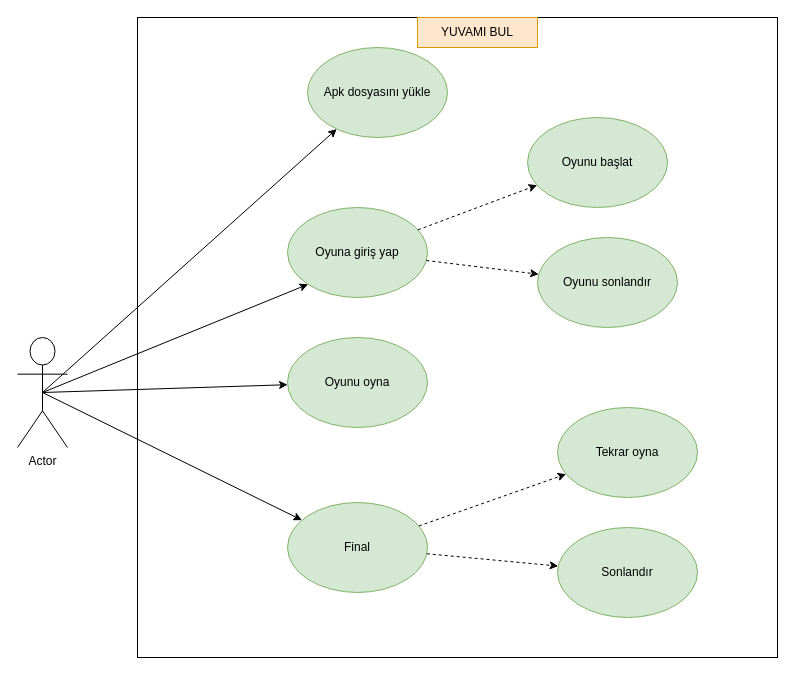
Above: Diyagramlar/kullanım senaryosu.drawio in TahaElem/YMGK_Proje_2 (draw.io), before the change. Source tidied: cells renumbered, new cells numbered last; positions are measured from the earlier drawing's top-left corner, leaving out a move shared by most shapes. Both pictures are drawn from the tidied source at 100%, with x=0, y=0 at pixel (17, 17).
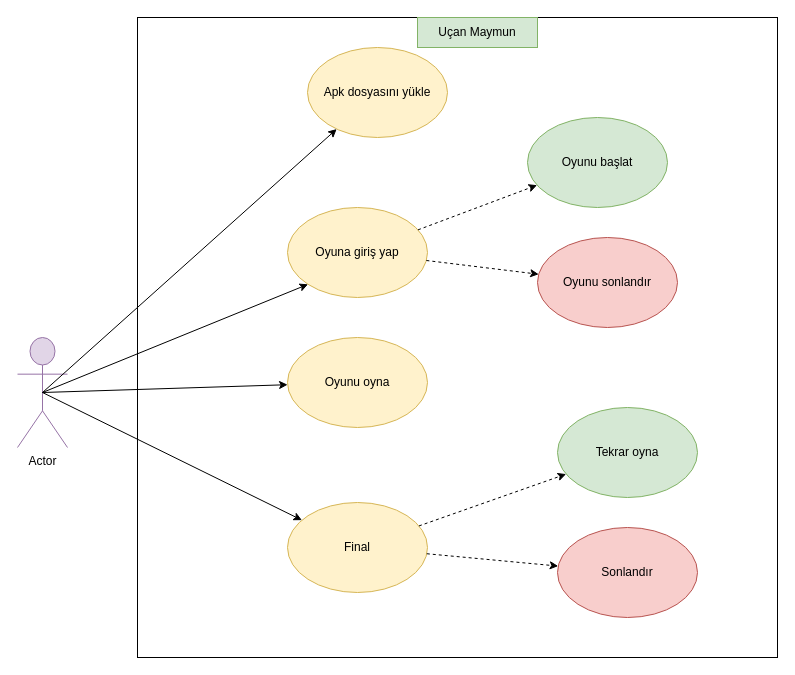
After the change.

The edit, as a diff of the source:
```diff
@@
-    <mxCell id="2" value="Actor" style="shape=umlActor;verticalLabelPosition=bottom;verticalAlign=top;html=1;" parent="1" vertex="1">
+    <mxCell id="2" value="Actor" style="shape=umlActor;verticalLabelPosition=bottom;verticalAlign=top;html=1;fillColor=#e1d5e7;strokeColor=#9673a6;" parent="1" vertex="1">
       <mxGeometry y="320" width="50" height="110" as="geometry" />
     </mxCell>
@@
-    <mxCell id="4" value="Apk dosyasını yükle" style="ellipse;whiteSpace=wrap;html=1;fillColor=#d5e8d4;strokeColor=#82b366;" parent="1" vertex="1">
+    <mxCell id="4" value="Apk dosyasını yükle" style="ellipse;whiteSpace=wrap;html=1;fillColor=#fff2cc;strokeColor=#d6b656;" parent="1" vertex="1">
       <mxGeometry x="290" y="30" width="140" height="90" as="geometry" />
     </mxCell>
-    <mxCell id="5" value="Oyuna giriş yap" style="ellipse;whiteSpace=wrap;html=1;fillColor=#d5e8d4;strokeColor=#82b366;" parent="1" vertex="1">
+    <mxCell id="5" value="Oyuna giriş yap" style="ellipse;whiteSpace=wrap;html=1;fillColor=#fff2cc;strokeColor=#d6b656;" parent="1" vertex="1">
       <mxGeometry x="270" y="190" width="140" height="90" as="geometry" />
     </mxCell>
-    <mxCell id="6" value="Oyunu sonlandır" style="ellipse;whiteSpace=wrap;html=1;fillColor=#d5e8d4;strokeColor=#82b366;" parent="1" vertex="1">
+    <mxCell id="6" value="Oyunu sonlandır" style="ellipse;whiteSpace=wrap;html=1;fillColor=#f8cecc;strokeColor=#b85450;" parent="1" vertex="1">
       <mxGeometry x="520" y="220" width="140" height="90" as="geometry" />
     </mxCell>
@@
-    <mxCell id="12" value="Oyunu oyna" style="ellipse;whiteSpace=wrap;html=1;fillColor=#d5e8d4;strokeColor=#82b366;" parent="1" vertex="1">
+    <mxCell id="12" value="Oyunu oyna" style="ellipse;whiteSpace=wrap;html=1;fillColor=#fff2cc;strokeColor=#d6b656;" parent="1" vertex="1">
       <mxGeometry x="270" y="320" width="140" height="90" as="geometry" />
     </mxCell>
-    <mxCell id="13" value="Sonlandır" style="ellipse;whiteSpace=wrap;html=1;fillColor=#d5e8d4;strokeColor=#82b366;" parent="1" vertex="1">
+    <mxCell id="13" value="Sonlandır" style="ellipse;whiteSpace=wrap;html=1;fillColor=#f8cecc;strokeColor=#b85450;" parent="1" vertex="1">
       <mxGeometry x="540" y="510" width="140" height="90" as="geometry" />
     </mxCell>
@@
-    <mxCell id="15" value="Final" style="ellipse;whiteSpace=wrap;html=1;fillColor=#d5e8d4;strokeColor=#82b366;" parent="1" vertex="1">
+    <mxCell id="15" value="Final" style="ellipse;whiteSpace=wrap;html=1;fillColor=#fff2cc;strokeColor=#d6b656;" parent="1" vertex="1">
       <mxGeometry x="270" y="485" width="140" height="90" as="geometry" />
     </mxCell>
@@
-    <mxCell id="20" value="YUVAMI BUL" style="text;html=1;strokeColor=#d79b00;fillColor=#ffe6cc;align=center;verticalAlign=middle;whiteSpace=wrap;rounded=0;" parent="1" vertex="1">
+    <mxCell id="20" value="Uçan Maymun" style="text;html=1;strokeColor=#82b366;fillColor=#d5e8d4;align=center;verticalAlign=middle;whiteSpace=wrap;rounded=0;" parent="1" vertex="1">
       <mxGeometry x="400" width="120" height="30" as="geometry" />
     </mxCell>
```
